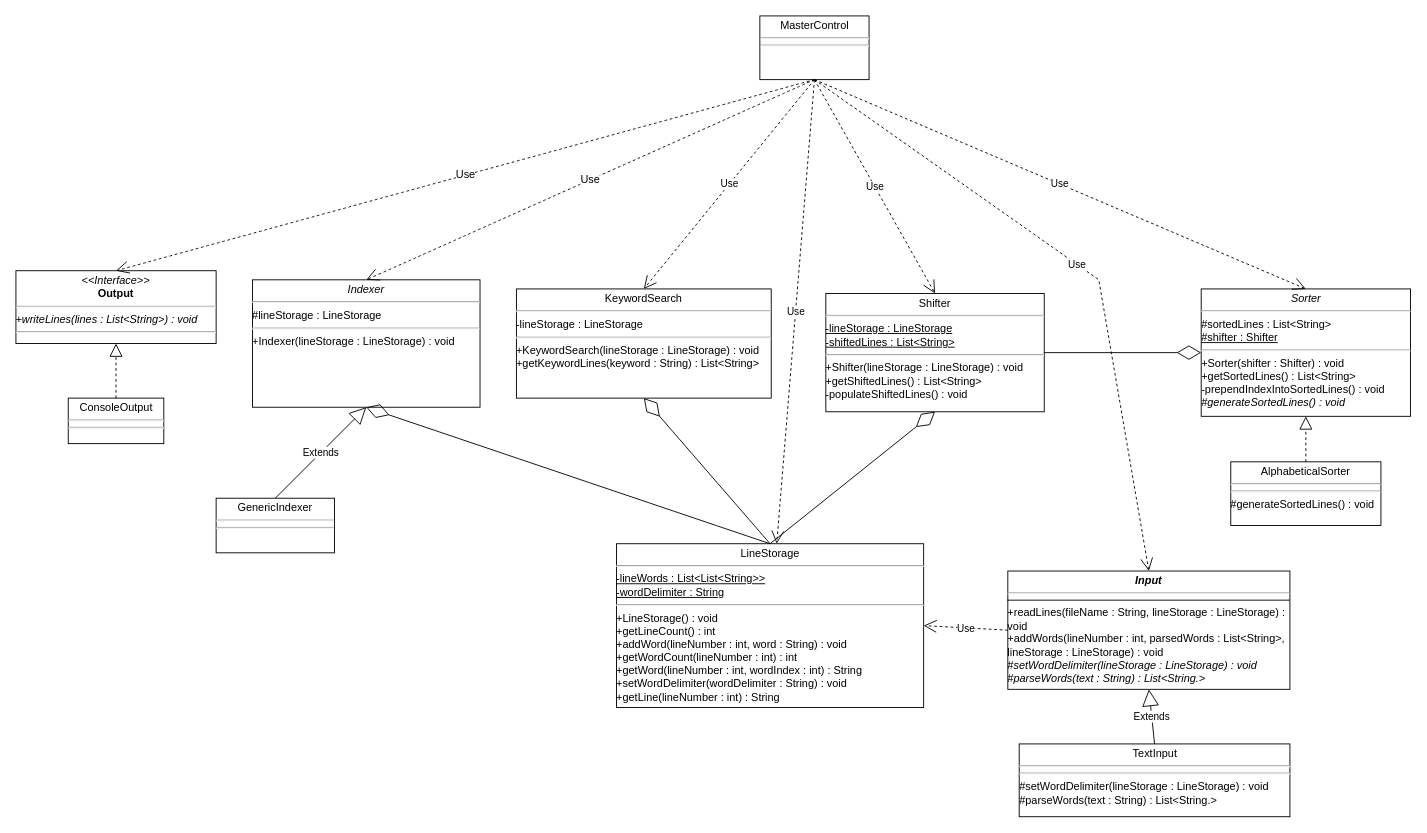
dragon5201111/Drexel-University-SE-311-Software-Architecture-II keeps this draw.io diagram as Homework/Homework 1/SE 311 Homework 1 UML.drawio. Above is the earlier version. Source tidied: cells renumbered, new cells numbered last; positions are measured from the earlier drawing's top-left corner, leaving out a move shared by most shapes. Both pictures are drawn from the tidied source at 91%, with x=0, y=0 at pixel (15, 15).
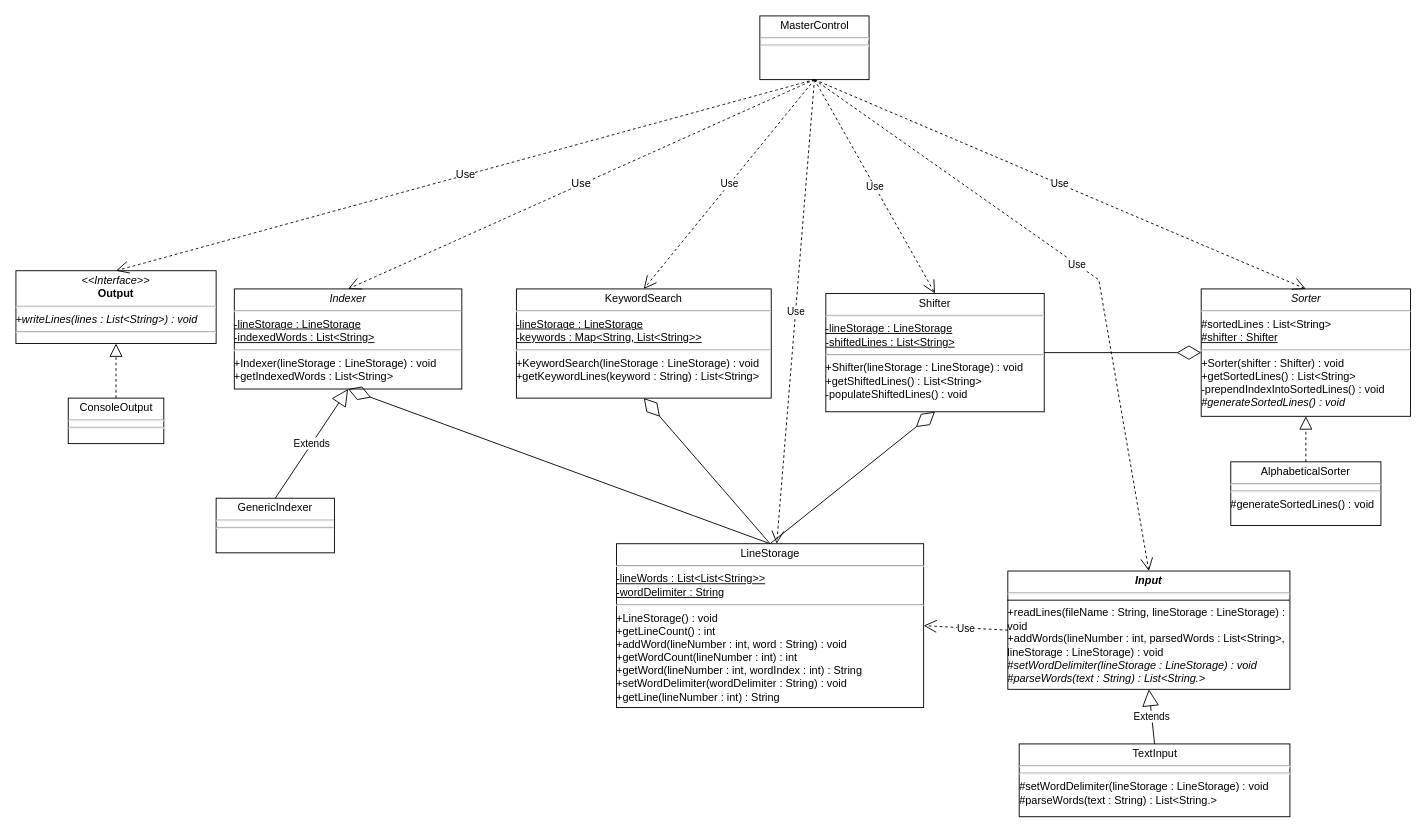
Above is the later version.

What changed in the source:
```diff
@@
-    <mxCell id="10" value="&lt;p style=&quot;margin:0px;margin-top:4px;text-align:center;&quot;&gt;KeywordSearch&lt;/p&gt;&lt;hr&gt;-lineStorage : LineStorage&lt;br&gt;&lt;div&gt;&lt;hr&gt;+KeywordSearch(lineStorage : LineStorage) : void&lt;/div&gt;&lt;div&gt;+getKeywordLines(keyword : String) : List&amp;lt;String&amp;gt;&lt;/div&gt;&lt;div&gt;&lt;br&gt;&lt;/div&gt;" style="verticalAlign=top;align=left;overflow=fill;html=1;whiteSpace=wrap;" parent="1" vertex="1">
+    <mxCell id="10" value="&lt;p style=&quot;margin:0px;margin-top:4px;text-align:center;&quot;&gt;KeywordSearch&lt;/p&gt;&lt;hr&gt;&lt;u&gt;-lineStorage : LineStorage&lt;/u&gt;&lt;div&gt;&lt;u&gt;-keywords : Map&amp;lt;String, List&amp;lt;String&amp;gt;&amp;gt;&lt;/u&gt;&lt;br&gt;&lt;div&gt;&lt;hr&gt;+KeywordSearch(lineStorage : LineStorage) : void&lt;/div&gt;&lt;div&gt;+getKeywordLines(keyword : String) : List&amp;lt;String&amp;gt;&lt;/div&gt;&lt;div&gt;&lt;br&gt;&lt;/div&gt;&lt;/div&gt;" style="verticalAlign=top;align=left;overflow=fill;html=1;whiteSpace=wrap;" parent="1" vertex="1">
       <mxGeometry x="550" y="300" width="280" height="120" as="geometry" />
     </mxCell>
@@
-    <mxCell id="14" value="&lt;p style=&quot;margin:0px;margin-top:4px;text-align:center;&quot;&gt;&lt;i style=&quot;&quot;&gt;Indexer&lt;/i&gt;&lt;/p&gt;&lt;div&gt;&lt;hr&gt;#lineStorage : LineStorage&lt;hr&gt;+Indexer(lineStorage : LineStorage) : void&lt;/div&gt;" style="verticalAlign=top;align=left;overflow=fill;html=1;whiteSpace=wrap;" parent="1" vertex="1">
-      <mxGeometry x="260" y="290" width="250" height="140" as="geometry" />
+    <mxCell id="14" value="&lt;p style=&quot;margin:0px;margin-top:4px;text-align:center;&quot;&gt;&lt;i style=&quot;&quot;&gt;Indexer&lt;/i&gt;&lt;/p&gt;&lt;div&gt;&lt;hr&gt;&lt;u&gt;-lineStorage : LineStorage&lt;/u&gt;&lt;/div&gt;&lt;div&gt;&lt;u&gt;-indexedWords : List&amp;lt;String&amp;gt;&lt;/u&gt;&lt;br&gt;&lt;hr&gt;+Indexer(lineStorage : LineStorage) : void&lt;/div&gt;&lt;div&gt;+getIndexedWords : List&amp;lt;String&amp;gt;&lt;/div&gt;&lt;div&gt;&lt;br&gt;&lt;/div&gt;" style="verticalAlign=top;align=left;overflow=fill;html=1;whiteSpace=wrap;" parent="1" vertex="1">
+      <mxGeometry x="240" y="300" width="250" height="110" as="geometry" />
     </mxCell>
```
